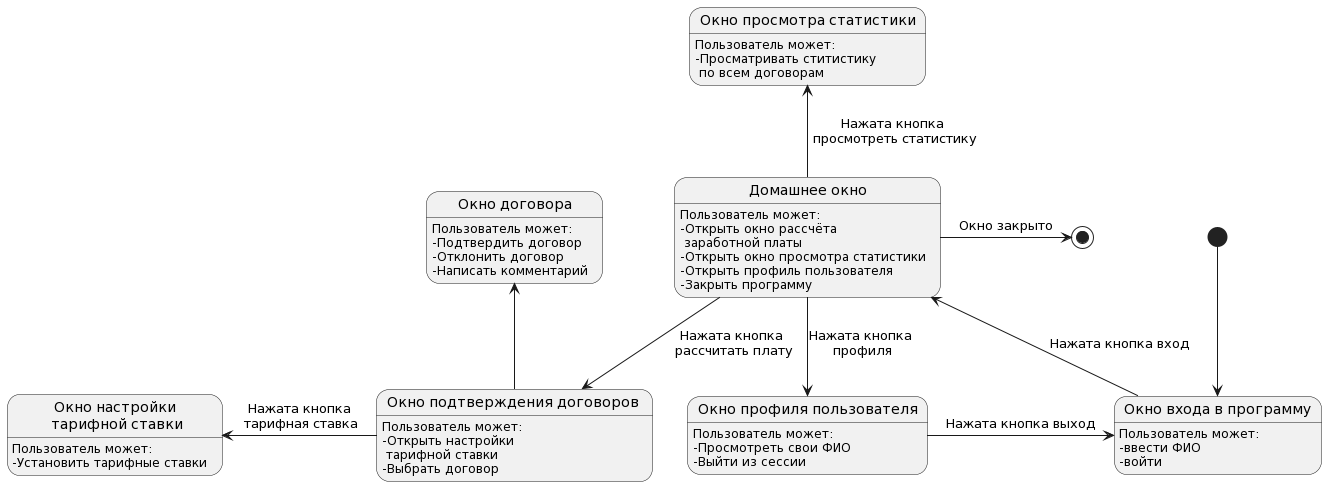
Earlier version of the PlantUML export Resource/Диаграммы потоков экрана/Бухгалтер.png (MiFit1/OSOGO).
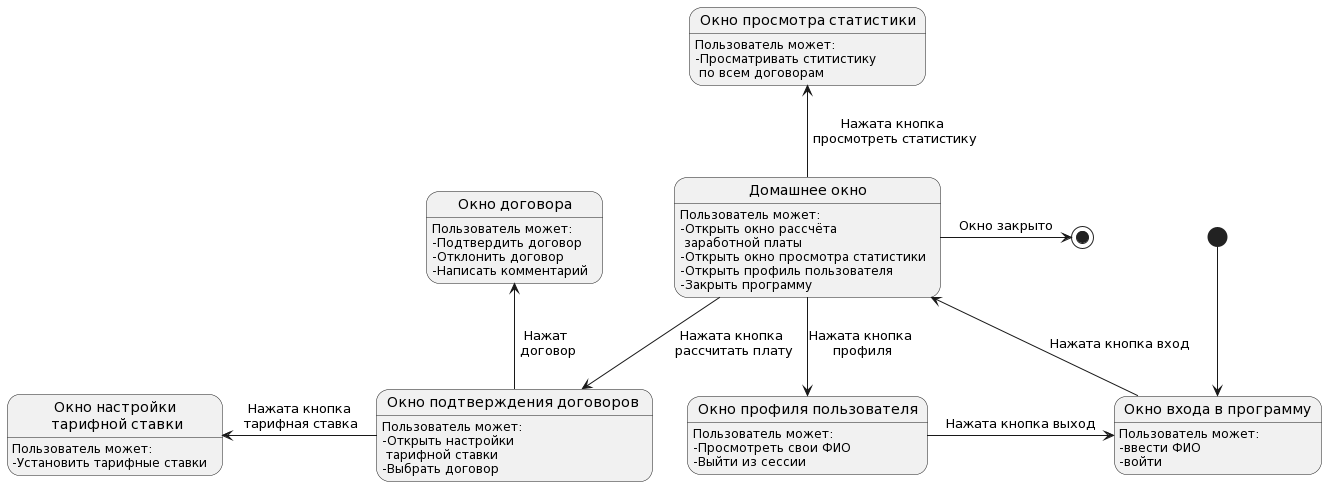
Later version of the same file.

Diff of the diagram source:
```diff
@@ -42,7 +42,7 @@
 homeWindow -up-> statisticWindow : Нажата кнопка\n просмотреть статистику
 homeWindow -down-> profileWindow : Нажата кнопка\n профиля
 verifyWindow -left-> rateWindow : Нажата кнопка\n тарифная ставка
-verifyWindow -up-> contractWindow
+verifyWindow -up-> contractWindow : Нажат\n договор
 homeWindow -right->[*] : Окно закрыто
 profileWindow -> loginWindow : Нажата кнопка выход
 @enduml
```
